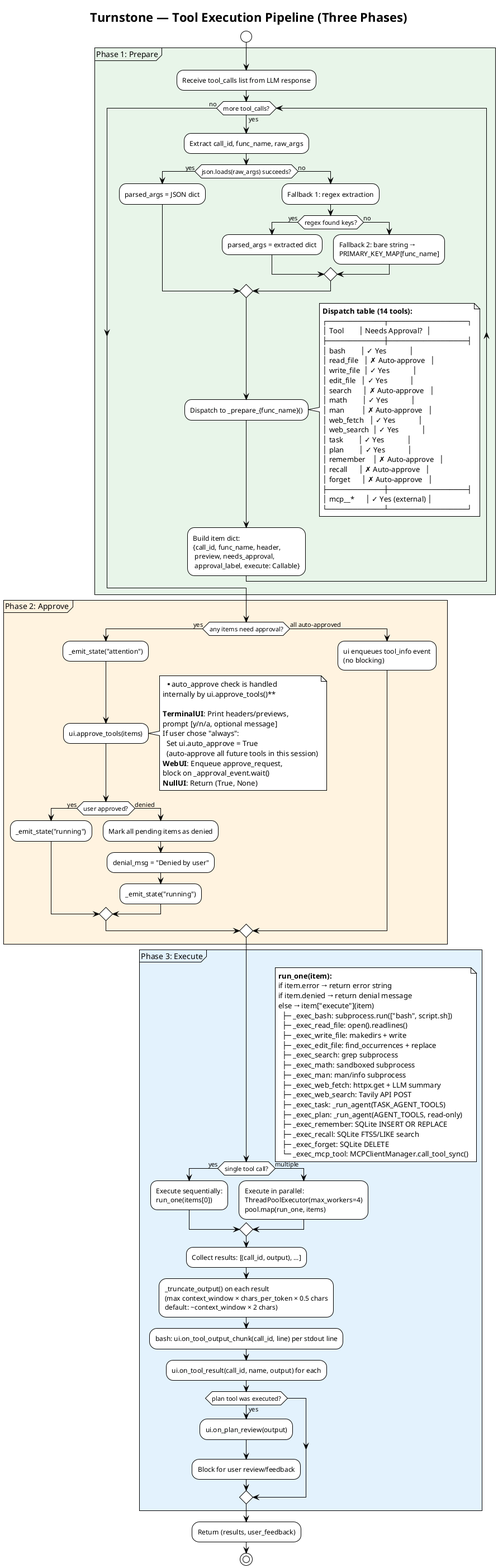
This is docs/diagrams/png/05-tool-pipeline.png from turnstonelabs/turnstone, a PlantUML export, as it was before one commit.
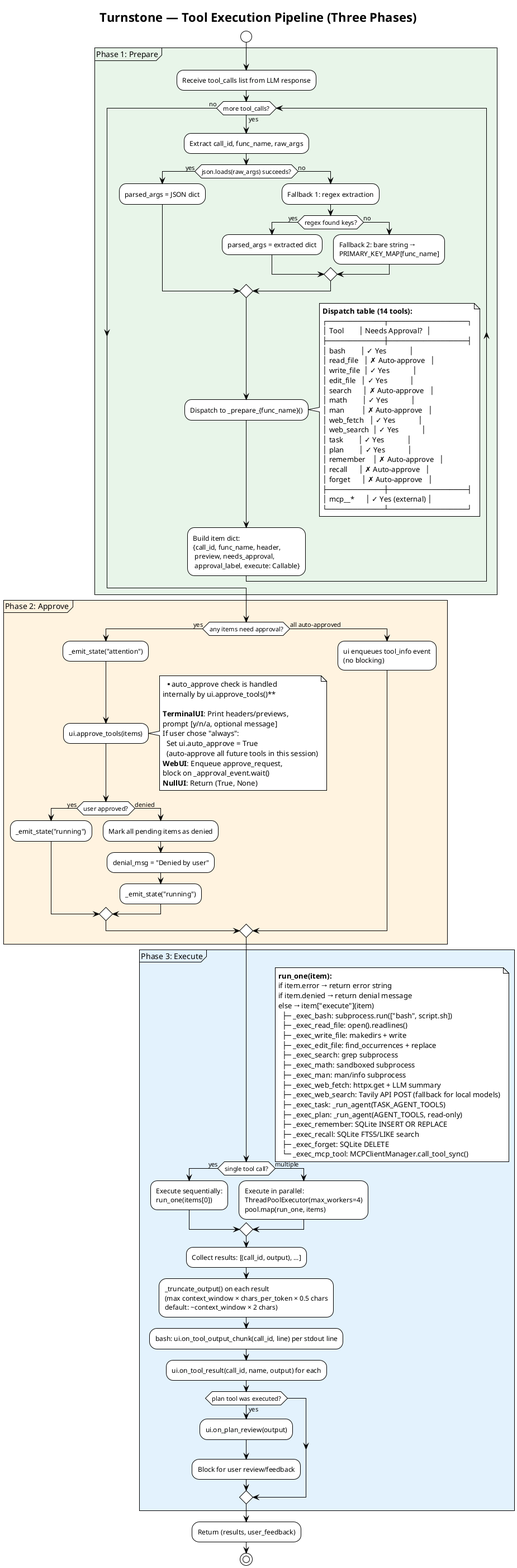
Later version of the same file.

The edit, as a diff of the source:
```diff
@@ -105,7 +105,7 @@
           ├─ _exec_math: sandboxed subprocess
           ├─ _exec_man: man/info subprocess
           ├─ _exec_web_fetch: httpx.get + LLM summary
-          ├─ _exec_web_search: Tavily API POST
+          ├─ _exec_web_search: Tavily API POST (fallback for local models)
           ├─ _exec_task: _run_agent(TASK_AGENT_TOOLS)
           ├─ _exec_plan: _run_agent(AGENT_TOOLS, read-only)
           ├─ _exec_remember: SQLite INSERT OR REPLACE
```
